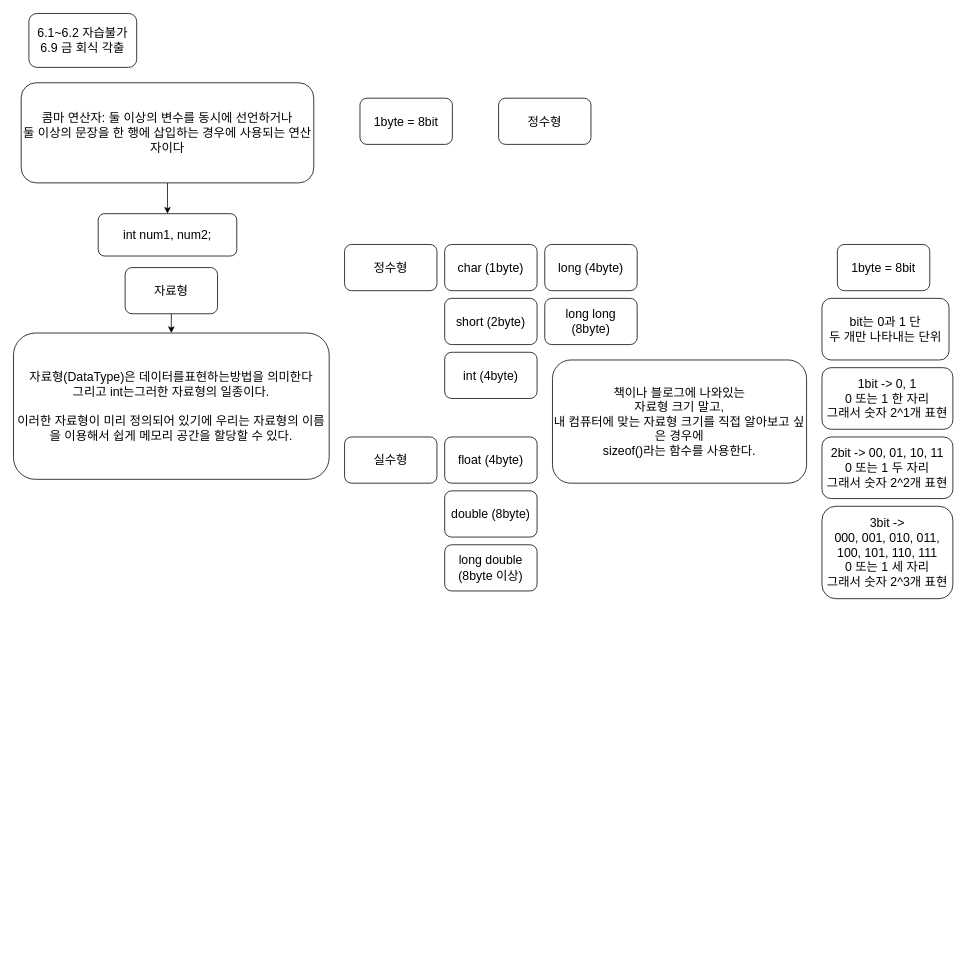
Before: 20230601.drawio in 98YooJunHo/CppTest, a draw.io diagram. Source tidied: cells renumbered, new cells numbered last; positions are measured from the earlier drawing's top-left corner, leaving out a move shared by most shapes. Both pictures are drawn from the tidied source at 77%, with x=0, y=0 at pixel (13, 13).
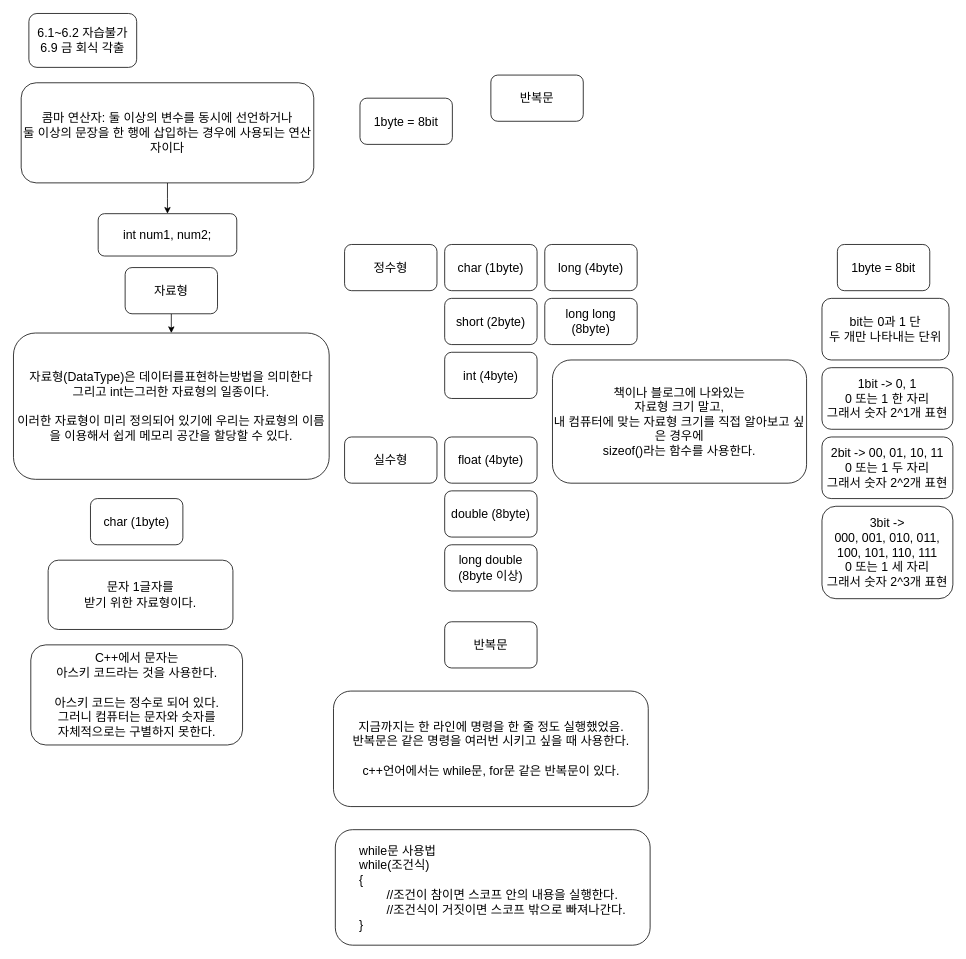
The same page after the edit.

What changed in the source:
```diff
@@
-    <mxCell id="11" value="&lt;font size=&quot;3&quot;&gt;정수형&lt;/font&gt;" style="rounded=1;whiteSpace=wrap;html=1;" parent="1" vertex="1">
-      <mxGeometry x="630" y="110" width="120" height="60" as="geometry" />
+    <mxCell id="11" value="&lt;font size=&quot;3&quot;&gt;반복문&lt;/font&gt;" style="rounded=1;whiteSpace=wrap;html=1;" parent="1" vertex="1">
+      <mxGeometry x="620" y="80" width="120" height="60" as="geometry" />
     </mxCell>
@@
+    <mxCell id="27" value="&lt;font size=&quot;3&quot;&gt;char (1byte)&lt;/font&gt;" style="rounded=1;whiteSpace=wrap;html=1;" parent="1" vertex="1">
+      <mxGeometry x="100" y="630" width="120" height="60" as="geometry" />
+    </mxCell>
+    <mxCell id="28" value="&lt;font size=&quot;3&quot;&gt;문자 1글자를&lt;br&gt;받기 위한 자료형이다.&lt;/font&gt;" style="rounded=1;whiteSpace=wrap;html=1;" parent="1" vertex="1">
+      <mxGeometry x="45" y="710" width="240" height="90" as="geometry" />
+    </mxCell>
+    <mxCell id="29" value="&lt;font size=&quot;3&quot;&gt;C++에서 문자는 &lt;br&gt;아스키 코드라는 것을 사용한다.&lt;br&gt;&lt;br&gt;아스키 코드는 정수로 되어 있다.&lt;br&gt;그러니 컴퓨터는 문자와 숫자를&lt;br&gt;자체적으로는 구별하지 못한다.&lt;br&gt;&lt;/font&gt;" style="rounded=1;whiteSpace=wrap;html=1;" parent="1" vertex="1">
+      <mxGeometry x="22.5" y="820" width="275" height="130" as="geometry" />
+    </mxCell>
+    <mxCell id="30" value="&lt;font size=&quot;3&quot;&gt;반복문&lt;/font&gt;" style="rounded=1;whiteSpace=wrap;html=1;" parent="1" vertex="1">
+      <mxGeometry x="560" y="790" width="120" height="60" as="geometry" />
+    </mxCell>
+    <mxCell id="31" value="&lt;font size=&quot;3&quot;&gt;지금까지는 한 라인에 명령을 한 줄 정도 실행했었음.&lt;br&gt;반복문은 같은 명령을 여러번 시키고 싶을 때 사용한다.&lt;br&gt;&lt;br&gt;c++언어에서는 while문, for문 같은 반복문이 있다.&lt;br&gt;&lt;/font&gt;" style="rounded=1;whiteSpace=wrap;html=1;" parent="1" vertex="1">
+      <mxGeometry x="415.6" y="880" width="408.8" height="150" as="geometry" />
+    </mxCell>
+    <mxCell id="32" value="&lt;div style=&quot;text-align: left;&quot;&gt;&lt;span style=&quot;font-size: medium; background-color: initial;&quot;&gt;while문 사용법&lt;/span&gt;&lt;/div&gt;&lt;font size=&quot;3&quot;&gt;&lt;div style=&quot;text-align: left;&quot;&gt;&lt;span style=&quot;background-color: initial;&quot;&gt;while(조건식)&lt;/span&gt;&lt;/div&gt;&lt;div style=&quot;text-align: left;&quot;&gt;&lt;span style=&quot;background-color: initial;&quot;&gt;{&lt;/span&gt;&lt;/div&gt;&lt;div style=&quot;text-align: left;&quot;&gt;&lt;span style=&quot;background-color: initial;&quot;&gt;&lt;span style=&quot;white-space: pre;&quot;&gt;&#9;&lt;/span&gt;//조건이 참이면 스코프 안의 내용을 실행한다.&lt;/span&gt;&lt;/div&gt;&lt;div style=&quot;text-align: left;&quot;&gt;&lt;span style=&quot;background-color: initial;&quot;&gt;&lt;span style=&quot;white-space: pre;&quot;&gt;&#9;&lt;/span&gt;//조건식이 거짓이면 스코프 밖으로 빠져나간다.&lt;/span&gt;&lt;/div&gt;&lt;div style=&quot;text-align: left;&quot;&gt;&lt;span style=&quot;background-color: initial;&quot;&gt;}&lt;/span&gt;&lt;/div&gt;&lt;/font&gt;" style="rounded=1;whiteSpace=wrap;html=1;" parent="1" vertex="1">
+      <mxGeometry x="418" y="1060" width="408.8" height="150" as="geometry" />
+    </mxCell>
```
